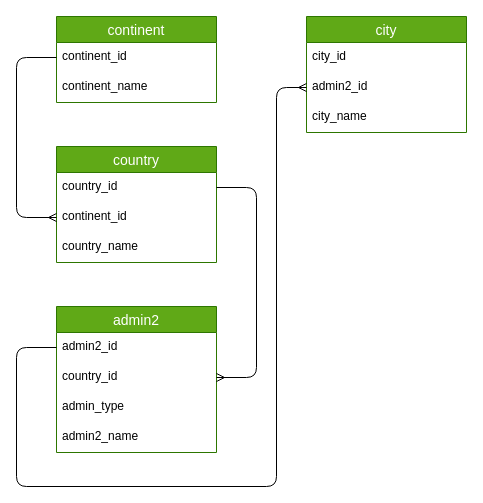
Earlier version of the draw.io diagram page "conceptual" (1 of 3) of mundo_ER.drawio (r3card0/mundo-octo-potato). Source tidied: cells renumbered, new cells numbered last; positions are measured from the earlier drawing's top-left corner, leaving out a move shared by most shapes. Both pictures are drawn from the tidied source at 100%, with x=0, y=0 at pixel (16, 16).
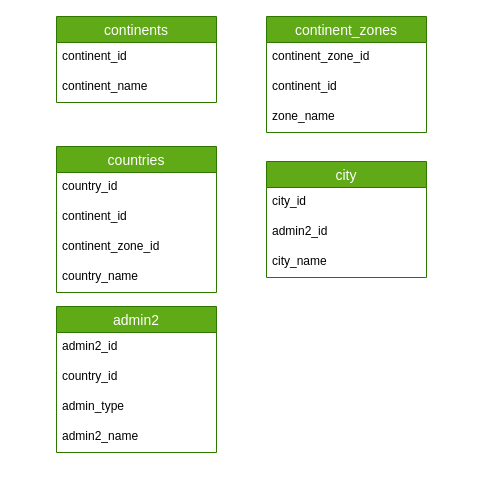
The same page after the edit.

Commit message:
zones of continents added on conceptual

The change refers to these unchanged cells:
```xml
<mxCell id="3" value="continent_id" style="text;strokeColor=none;fillColor=none;spacingLeft=4;spacingRight=4;overflow=hidden;points=[[0,0.5],[1,0.5]];portConstraint=eastwest;fontSize=12;" parent="2" vertex="1">
  <mxGeometry y="26" width="160" height="30" as="geometry" />
</mxCell>
<mxCell id="6" value="country_id" style="text;strokeColor=none;fillColor=none;spacingLeft=4;spacingRight=4;overflow=hidden;points=[[0,0.5],[1,0.5]];portConstraint=eastwest;fontSize=12;" parent="5" vertex="1">
  <mxGeometry y="26" width="160" height="30" as="geometry" />
</mxCell>
<mxCell id="7" value="continent_id" style="text;strokeColor=none;fillColor=none;spacingLeft=4;spacingRight=4;overflow=hidden;points=[[0,0.5],[1,0.5]];portConstraint=eastwest;fontSize=12;" parent="5" vertex="1">
  <mxGeometry y="56" width="160" height="30" as="geometry" />
</mxCell>
<mxCell id="10" value="admin2_id" style="text;strokeColor=none;fillColor=none;spacingLeft=4;spacingRight=4;overflow=hidden;points=[[0,0.5],[1,0.5]];portConstraint=eastwest;fontSize=12;" parent="9" vertex="1">
  <mxGeometry y="26" width="160" height="30" as="geometry" />
</mxCell>
<mxCell id="11" value="country_id" style="text;strokeColor=none;fillColor=none;spacingLeft=4;spacingRight=4;overflow=hidden;points=[[0,0.5],[1,0.5]];portConstraint=eastwest;fontSize=12;" parent="9" vertex="1">
  <mxGeometry y="56" width="160" height="30" as="geometry" />
</mxCell>
<mxCell id="18" value="admin2_id" style="text;strokeColor=none;fillColor=none;spacingLeft=4;spacingRight=4;overflow=hidden;points=[[0,0.5],[1,0.5]];portConstraint=eastwest;fontSize=12;" parent="16" vertex="1">
  <mxGeometry y="56" width="160" height="30" as="geometry" />
</mxCell>
```

What changed in the source:
```diff
@@
-    <mxCell id="2" value="continent" style="swimlane;fontStyle=0;horizontal=1;startSize=26;align=center;fontSize=14;fillColor=#60a917;fontColor=#ffffff;strokeColor=#2D7600;" parent="1" vertex="1">
+    <mxCell id="2" value="continents" style="swimlane;fontStyle=0;horizontal=1;startSize=26;align=center;fontSize=14;fillColor=#60a917;fontColor=#ffffff;strokeColor=#2D7600;" parent="1" vertex="1">
       <mxGeometry x="40" width="160" height="86" as="geometry" />
     </mxCell>
@@
-    <mxCell id="5" value="country" style="swimlane;fontStyle=0;horizontal=1;startSize=26;align=center;fontSize=14;fillColor=#60a917;fontColor=#ffffff;strokeColor=#2D7600;" parent="1" vertex="1">
-      <mxGeometry x="40" y="130" width="160" height="116" as="geometry" />
+    <mxCell id="5" value="countries" style="swimlane;fontStyle=0;horizontal=1;startSize=26;align=center;fontSize=14;fillColor=#60a917;fontColor=#ffffff;strokeColor=#2D7600;" parent="1" vertex="1">
+      <mxGeometry x="40" y="130" width="160" height="146" as="geometry" />
     </mxCell>
@@
+    <mxCell id="21" value="continent_zone_id" style="text;strokeColor=none;fillColor=none;spacingLeft=4;spacingRight=4;overflow=hidden;fontSize=12;" parent="5" vertex="1">
+      <mxGeometry y="86" width="160" height="30" as="geometry" />
+    </mxCell>
     <mxCell id="8" value="country_name" style="text;strokeColor=none;fillColor=none;spacingLeft=4;spacingRight=4;overflow=hidden;fontSize=12;" parent="5" vertex="1">
-      <mxGeometry y="86" width="160" height="30" as="geometry" />
+      <mxGeometry y="116" width="160" height="30" as="geometry" />
     </mxCell>
@@
-    <mxCell id="14" style="edgeStyle=none;html=1;exitX=0;exitY=0.5;exitDx=0;exitDy=0;entryX=0;entryY=0.5;entryDx=0;entryDy=0;endArrow=ERmany;endFill=0;" parent="1" edge="1" source="3" target="7">
-      <mxGeometry relative="1" as="geometry">
-        <Array as="points">
-          <mxPoint y="41" />
-          <mxPoint y="201" />
-        </Array>
-      </mxGeometry>
-    </mxCell>
-    <mxCell id="15" style="edgeStyle=none;html=1;exitX=1;exitY=0.5;exitDx=0;exitDy=0;entryX=1;entryY=0.5;entryDx=0;entryDy=0;endArrow=ERmany;endFill=0;" parent="1" edge="1" source="6" target="11">
-      <mxGeometry relative="1" as="geometry">
-        <Array as="points">
-          <mxPoint x="240" y="171" />
-          <mxPoint x="240" y="361" />
-        </Array>
-      </mxGeometry>
-    </mxCell>
     <mxCell id="16" value="city" style="swimlane;fontStyle=0;horizontal=1;startSize=26;align=center;fontSize=14;fillColor=#60a917;fontColor=#ffffff;strokeColor=#2D7600;" parent="1" vertex="1">
-      <mxGeometry x="290" width="160" height="116" as="geometry" />
+      <mxGeometry x="250" y="145" width="160" height="116" as="geometry" />
     </mxCell>
@@
-    <mxCell id="20" style="edgeStyle=none;html=1;exitX=0;exitY=0.5;exitDx=0;exitDy=0;entryX=0;entryY=0.5;entryDx=0;entryDy=0;endArrow=ERmany;endFill=0;" parent="1" edge="1" source="10" target="18">
-      <mxGeometry relative="1" as="geometry">
-        <Array as="points">
-          <mxPoint y="331" />
-          <mxPoint y="470" />
-          <mxPoint x="260" y="470" />
-          <mxPoint x="260" y="71" />
-        </Array>
-      </mxGeometry>
-    </mxCell>
+    <mxCell id="22" value="continent_zones" style="swimlane;fontStyle=0;horizontal=1;startSize=26;align=center;fontSize=14;fillColor=#60a917;fontColor=#ffffff;strokeColor=#2D7600;" parent="1" vertex="1">
+      <mxGeometry x="250" width="160" height="116" as="geometry" />
+    </mxCell>
+    <mxCell id="23" value="continent_zone_id" style="text;strokeColor=none;fillColor=none;spacingLeft=4;spacingRight=4;overflow=hidden;fontSize=12;" parent="22" vertex="1">
+      <mxGeometry y="26" width="160" height="30" as="geometry" />
+    </mxCell>
+    <mxCell id="24" value="continent_id" style="text;strokeColor=none;fillColor=none;spacingLeft=4;spacingRight=4;overflow=hidden;fontSize=12;" parent="22" vertex="1">
+      <mxGeometry y="56" width="160" height="30" as="geometry" />
+    </mxCell>
+    <mxCell id="25" value="zone_name" style="text;strokeColor=none;fillColor=none;spacingLeft=4;spacingRight=4;overflow=hidden;fontSize=12;" parent="22" vertex="1">
+      <mxGeometry y="86" width="160" height="30" as="geometry" />
+    </mxCell>
```
